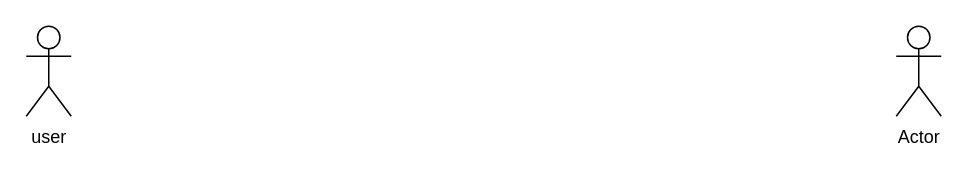
Before: diagrams.drawio in YahiaAshraf-CS/Just_For_You-project, a draw.io diagram. Source tidied: cells renumbered, new cells numbered last; positions are measured from the earlier drawing's top-left corner, leaving out a move shared by most shapes. Both pictures are drawn from the tidied source at 150%, with x=0, y=0 at pixel (26, 26).
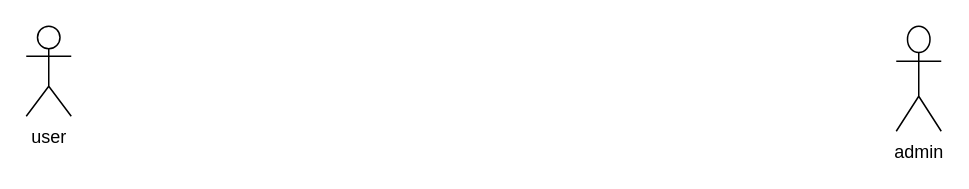
Above is the later version.

The edit, as a diff of the source:
```diff
@@
 <mxGraphModel>
   <root>
     <mxCell id="0" />
     <mxCell id="1" parent="0" />
     <mxCell id="2" value="user" style="shape=umlActor;verticalLabelPosition=bottom;verticalAlign=top;html=1;" parent="1" vertex="1">
       <mxGeometry width="30" height="60" as="geometry" />
     </mxCell>
-    <mxCell id="3" value="Actor" style="shape=umlActor;verticalLabelPosition=bottom;verticalAlign=top;html=1;" parent="1" vertex="1">
-      <mxGeometry x="580" width="30" height="60" as="geometry" />
+    <mxCell id="3" value="admin" style="shape=umlActor;verticalLabelPosition=bottom;verticalAlign=top;html=1;" parent="1" vertex="1">
+      <mxGeometry x="580" width="30" height="70" as="geometry" />
     </mxCell>
   </root>
 </mxGraphModel>
```
